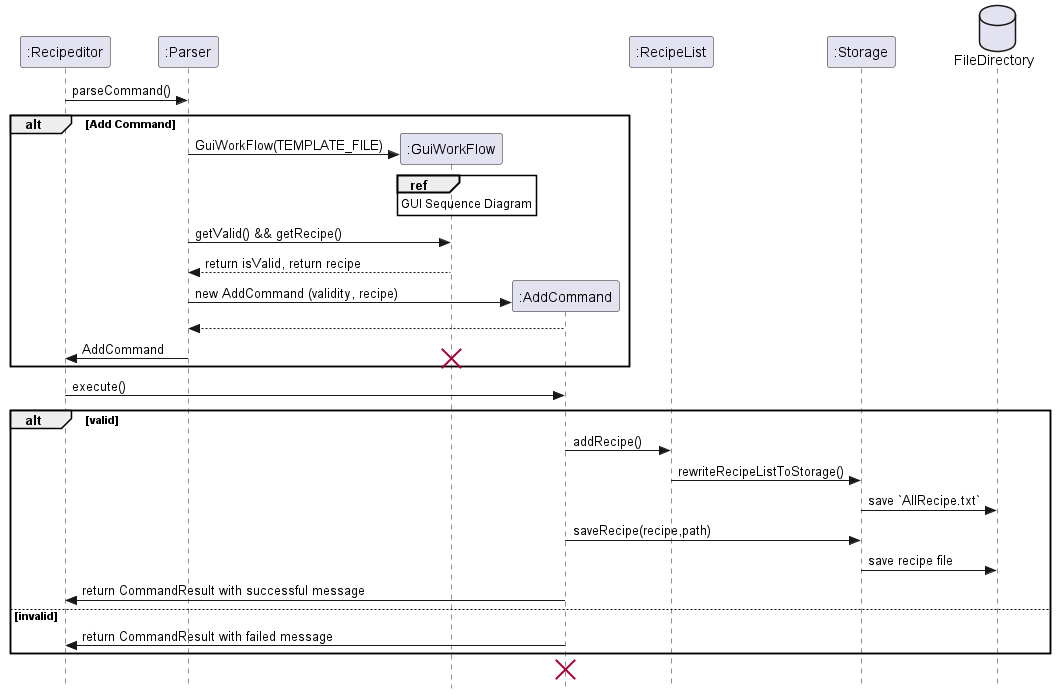
Earlier version of the PlantUML export docs/images/SequenceDiagram/AddEditor.png (nus-cs2113-AY2223S1/tp).
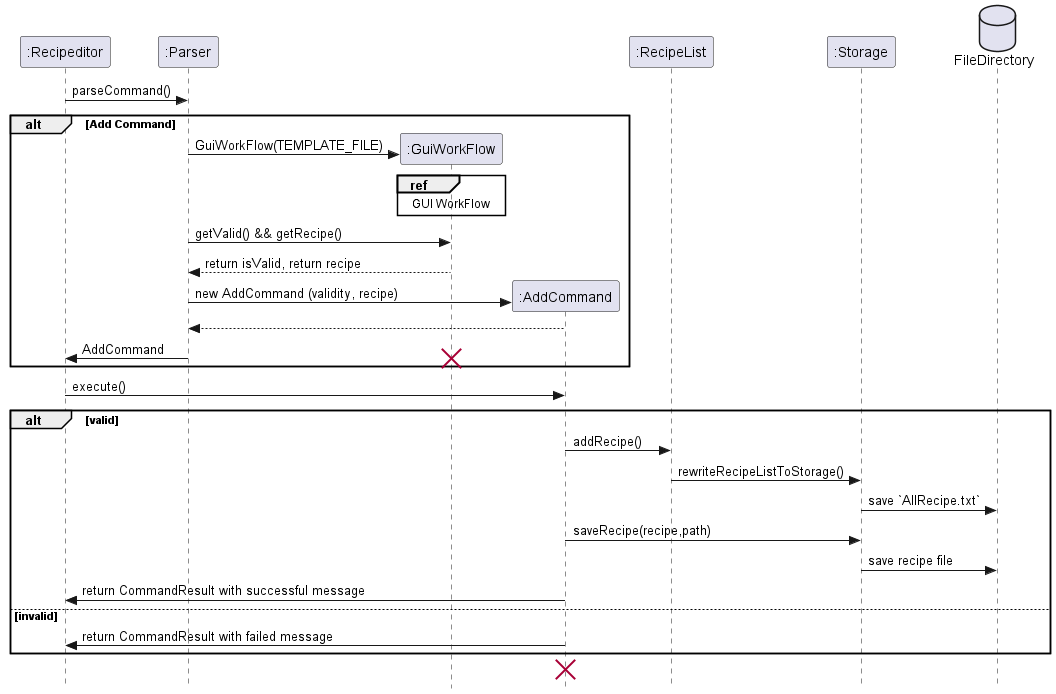
The same diagram one commit later.

The edit, as a diff of the source:
```diff
@@ -14,7 +14,7 @@
 create GuiWorkFlow
 Parser -> GuiWorkFlow: GuiWorkFlow(TEMPLATE_FILE)
 ref over GuiWorkFlow
-GUI Sequence Diagram
+GUI WorkFlow
 end
 Parser -> GuiWorkFlow: getValid() && getRecipe()
 GuiWorkFlow --> Parser: return isValid, return recipe
```
